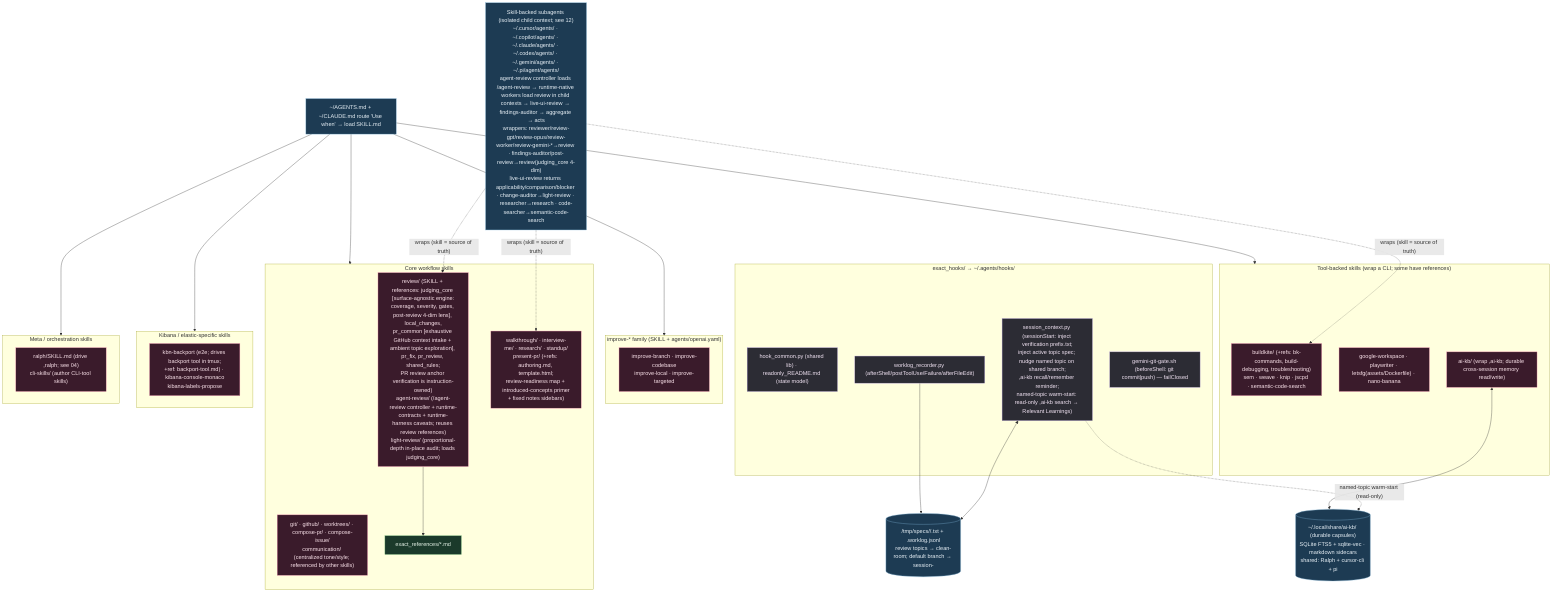
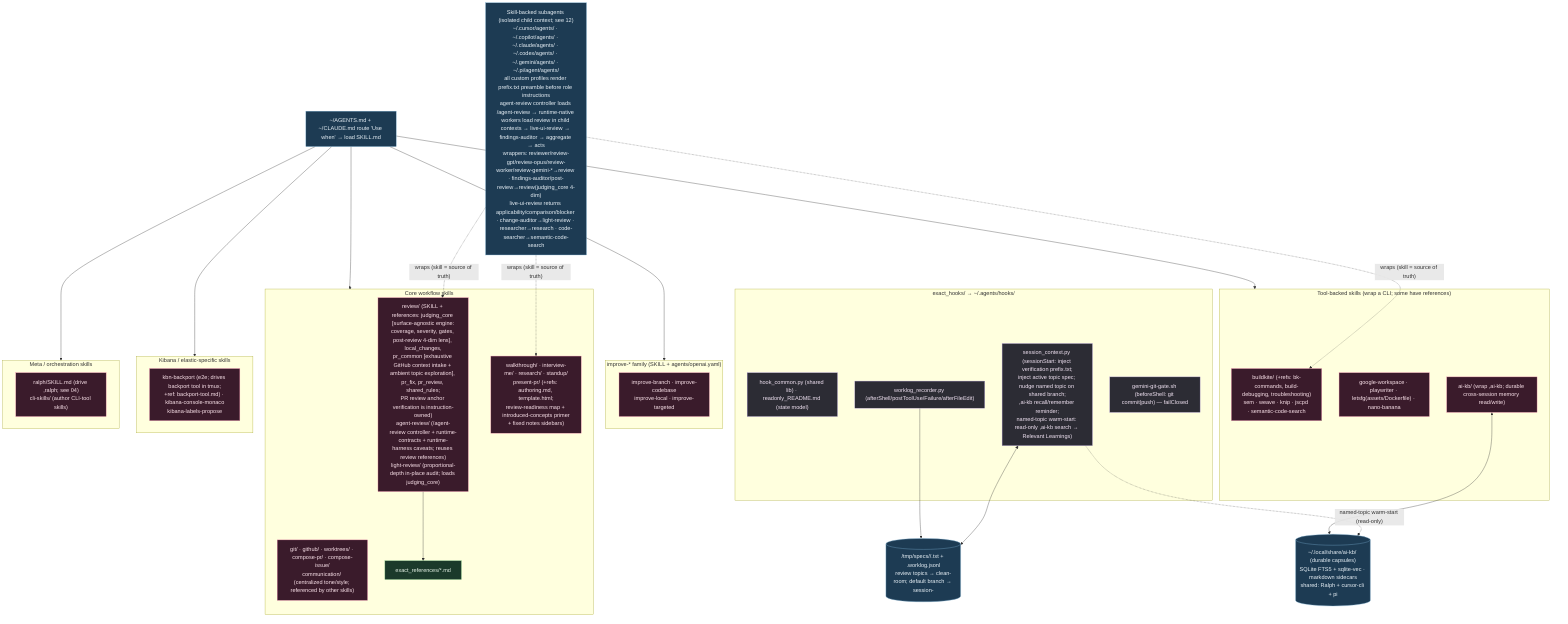
%% ============================================================================
%% 03b-agent-skills-hooks.mmd — Every file under home/exact_dot_agents/ (61).
%% Skills → ~/.agents/skills/ (intent-routed SKILL.md). Shared hooks → ~/.agents/hooks/.
%% ============================================================================
flowchart TB
    classDef skill fill:#3a1b2b,stroke:#f48fb1,color:#fce4ec;
    classDef hook fill:#2c2c34,stroke:#b39ddb,color:#f3e5f5;
    classDef ref fill:#1b3a2b,stroke:#81c784,color:#e8f5e9;
    classDef data fill:#1d3b53,stroke:#7fb3d5,color:#eaf2f8;

    subgraph HOOKS["exact_hooks/ → ~/.agents/hooks/"]
        HC["hook_common.py (shared lib) · readonly_README.md (state model)"]:::hook
        SCx["session_context.py (sessionStart: inject verification prefix.txt;<br/>inject active topic spec; nudge named topic on shared branch;<br/>,ai-kb recall/remember reminder;<br/>named-topic warm-start: read-only ,ai-kb search → Relevant Learnings)"]:::hook
        WLx["worklog_recorder.py (afterShell/postToolUse/Failure/afterFileEdit)"]:::hook
        GG["gemini-git-gate.sh (beforeShell: git commit|push) — failClosed"]:::hook
    end

    MEM[("/tmp/specs/<pwd>/<topic>.txt + .worklog.jsonl<br/>review topics → clean-room; default branch → session-<id>")]:::data
    SCx <--> MEM
    WLx --> MEM

    KBDB[("~/.local/share/ai-kb/ (durable capsules)<br/>SQLite FTS5 + sqlite-vec · markdown sidecars<br/>shared: Ralph + cursor-cli + pi")]:::data
    SCx -. "named-topic warm-start (read-only)" .-> KBDB

    subgraph CORE["Core workflow skills"]
        S1["review/ (SKILL + references: judging_core [surface-agnostic engine:<br/>coverage, severity, gates, post-review 4-dim lens], local_changes,<br/>pr_common [exhaustive GitHub context intake + ambient topic exploration], pr_fix, pr_review, shared_rules;<br/>PR review anchor verification is instruction-owned)<br/>agent-review/ (/agent-review controller + runtime-contracts + runtime-harness caveats; reuses review references)<br/>light-review/ (proportional-depth in-place audit; loads judging_core)"]:::skill
        S2["git/ · github/ · worktrees/ · compose-pr/ · compose-issue/<br/>communication/ (centralized tone/style; referenced by other skills)"]:::skill
        S3["walkthrough/ · interview-me/ · research/ · standup/<br/>present-pr/ (+refs: authoring.md, template.html;<br/>review-readiness map + introduced-concepts primer<br/>+ fixed notes sidebars)"]:::skill
        S1 --> R1["exact_references/*.md"]:::ref
    end

    subgraph IMPROVE["improve-* family (SKILL + agents/openai.yaml)"]
        S4["improve-branch · improve-codebase<br/>improve-local · improve-targeted"]:::skill
    end

    subgraph TOOLS["Tool-backed skills (wrap a CLI; some have references)"]
        S5["buildkite/ (+refs: bk-commands, build-debugging, troubleshooting)<br/>sem · weave · knip · jscpd · semantic-code-search"]:::skill
        S6["google-workspace · playwriter · letsfg(assets/Dockerfile) · nano-banana"]:::skill
        S7["ai-kb/ (wrap ,ai-kb; durable cross-session memory read/write)"]:::skill
    end

    subgraph KBN["Kibana / elastic-specific skills"]
        S8["kbn-backport (e2e; drives backport tool in tmux;<br/>+ref: backport-tool.md) · kibana-console-monaco<br/>kibana-labels-propose"]:::skill
    end

    subgraph META["Meta / orchestration skills"]
        S9["ralph/SKILL.md (drive ,ralph; see 04)<br/>cli-skills/ (author CLI-tool skills)"]:::skill
    end

    SOPS["~/AGENTS.md + ~/CLAUDE.md route 'Use when' → load SKILL.md"]:::data
    SOPS --> CORE & IMPROVE & TOOLS & KBN & META
    S7 <--> KBDB

-     SUBA["Skill-backed subagents (isolated child context; see 12)<br/>~/.cursor/agents/ · ~/.copilot/agents/ · ~/.claude/agents/ · ~/.codex/agents/ · ~/.gemini/agents/ · ~/.pi/agent/agents/<br/>agent-review controller loads /agent-review → runtime-native workers load review in child contexts → live-ui-review → findings-auditor → aggregate → acts<br/>wrappers: reviewer/review-gpt/review-opus/review-worker/review-gemini-*→review · findings-auditor/post-review→review(judging_core 4-dim)<br/>live-ui-review returns applicability/comparison/blocker · change-auditor→light-review · researcher→research · code-searcher→semantic-code-search"]:::data
+     SUBA["Skill-backed subagents (isolated child context; see 12)<br/>~/.cursor/agents/ · ~/.copilot/agents/ · ~/.claude/agents/ · ~/.codex/agents/ · ~/.gemini/agents/ · ~/.pi/agent/agents/<br/>all custom profiles render prefix.txt preamble before role instructions<br/>agent-review controller loads /agent-review → runtime-native workers load review in child contexts → live-ui-review → findings-auditor → aggregate → acts<br/>wrappers: reviewer/review-gpt/review-opus/review-worker/review-gemini-*→review · findings-auditor/post-review→review(judging_core 4-dim)<br/>live-ui-review returns applicability/comparison/blocker · change-auditor→light-review · researcher→research · code-searcher→semantic-code-search"]:::data
    SUBA -.->|"wraps (skill = source of truth)"| S1 & S3 & S5
